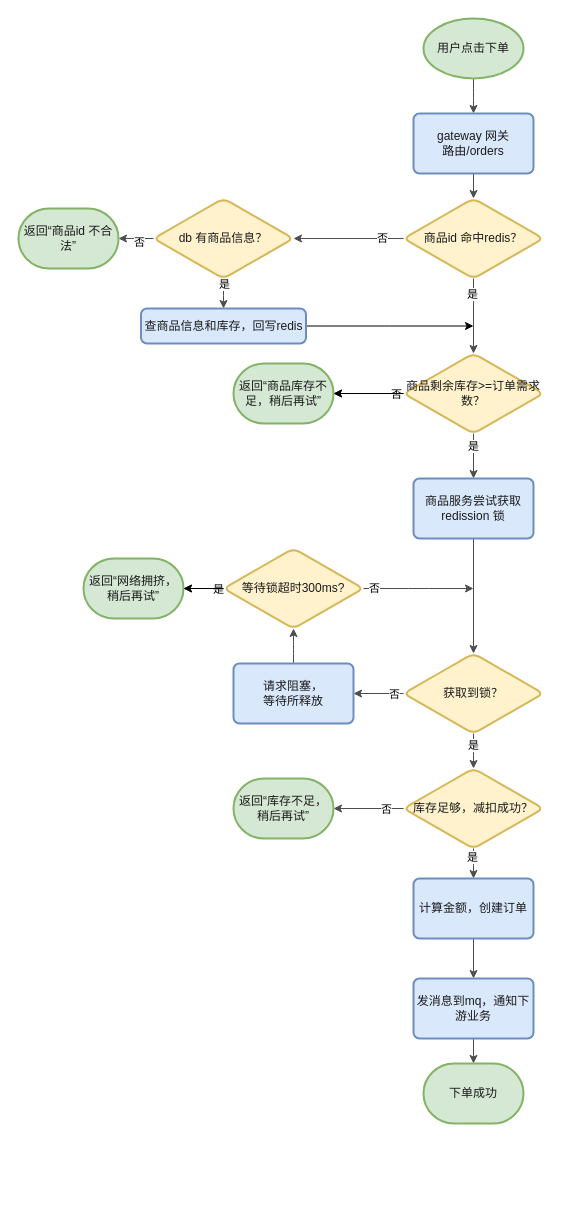
This is 订单系统_核心流程_下单流程.drawio from fgxds/my_drawio_notes, a draw.io file, before an edit. Source tidied: cells renumbered, new cells numbered last; positions are measured from the earlier drawing's top-left corner, leaving out a move shared by most shapes. Both pictures are drawn from the tidied source at 100%, with x=0, y=0 at pixel (18, 18).
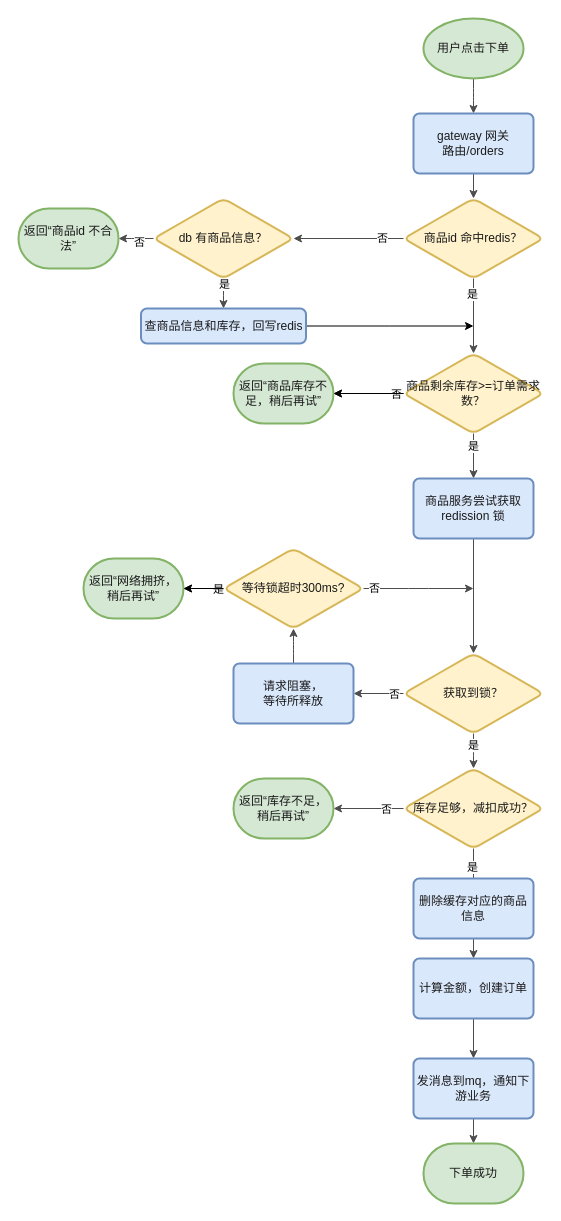
The same diagram, later.

Commit message:
更新订单系统_核心流程_下单流程.drawio

Change to the diagram source:
```diff
@@
     <mxCell id="29" value="计算金额，创建订单" style="whiteSpace=wrap;html=1;rounded=1;absoluteArcSize=1;arcSize=12;strokeWidth=2;roundedPerimeter=1;fillColor=#DAE8FC;strokeColor=#6C8EBF;fontColor=#1A1A1A;role=process;roleBase=fillColor:%23DAE8FC,strokeColor:%236C8EBF,fontColor:%231A1A1A;fontFamily=Helvetica;fontSize=12;" parent="1" vertex="1">
-      <mxGeometry x="395" y="860" width="120" height="60" as="geometry" />
+      <mxGeometry x="395" y="940" width="120" height="60" as="geometry" />
     </mxCell>
@@
     <mxCell id="31" value="发消息到mq，通知下游业务" style="whiteSpace=wrap;html=1;rounded=1;absoluteArcSize=1;arcSize=12;strokeWidth=2;roundedPerimeter=1;fillColor=#DAE8FC;strokeColor=#6C8EBF;fontColor=#1A1A1A;role=process;roleBase=fillColor:%23DAE8FC,strokeColor:%236C8EBF,fontColor:%231A1A1A;fontFamily=Helvetica;fontSize=12;" parent="1" vertex="1">
-      <mxGeometry x="395" y="960" width="120" height="60" as="geometry" />
+      <mxGeometry x="395" y="1040" width="120" height="60" as="geometry" />
     </mxCell>
     <mxCell id="32" value="下单成功" style="strokeWidth=2;html=1;shape=mxgraph.flowchart.terminator;whiteSpace=wrap;fillColor=#D5E8D4;strokeColor=#82B366;fontColor=#1A1A1A;role=terminal;roleBase=fillColor:%23D5E8D4,strokeColor:%2382B366,fontColor:%231A1A1A;fontFamily=Helvetica;fontSize=12;" parent="1" vertex="1">
-      <mxGeometry x="405" y="1045" width="100" height="60" as="geometry" />
+      <mxGeometry x="405" y="1125" width="100" height="60" as="geometry" />
     </mxCell>
@@
+    <mxCell id="53" value="删除缓存对应的商品信息" style="whiteSpace=wrap;html=1;rounded=1;absoluteArcSize=1;arcSize=12;strokeWidth=2;roundedPerimeter=1;fillColor=#DAE8FC;strokeColor=#6C8EBF;fontColor=#1A1A1A;role=process;roleBase=fillColor:%23DAE8FC,strokeColor:%236C8EBF,fontColor:%231A1A1A;fontFamily=Helvetica;fontSize=12;" parent="1" vertex="1">
+      <mxGeometry x="395" y="860" width="120" height="60" as="geometry" />
+    </mxCell>
```
